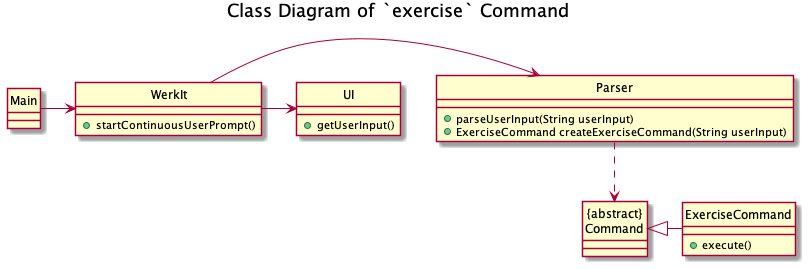
Before: docs/uml/classDiagrams/images/exercise.png, a diagram exported from PlantUML (nus-cs2113-AY2122S2/tp). Source of this version:
```plantuml
@startuml
hide circle
title Class Diagram of `exercise` Command
Main -> WerkIt
WerkIt -> Parser
WerkIt -> UI
"{abstract}\nCommand" <|- ExerciseCommand


Parser ..> "{abstract}\nCommand"
class WerkIt {
+ startContinuousUserPrompt()
}


class Main {

}

class ExerciseCommand {
+ execute()
}

class UI {
+ getUserInput()
}

class Parser {
+ parseUserInput(String userInput)
+ ExerciseCommand createExerciseCommand(String userInput)
}


@enduml
```
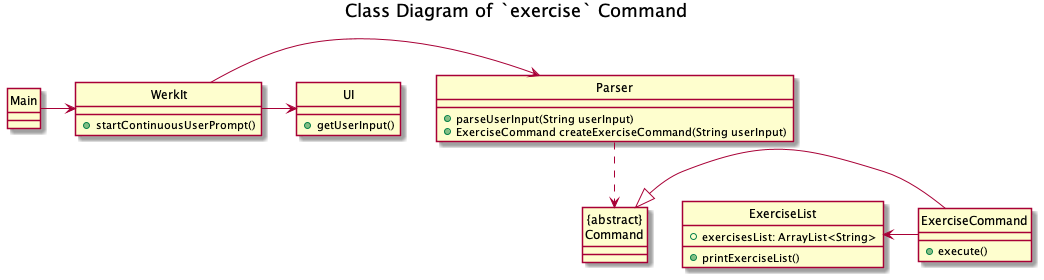
After the commit.

What changed in the source:
```diff
@@ -4,6 +4,7 @@
 Main -> WerkIt
 WerkIt -> Parser
 WerkIt -> UI
+ExerciseList <- ExerciseCommand
 "{abstract}\nCommand" <|- ExerciseCommand
 
 
@@ -30,5 +31,9 @@
 + ExerciseCommand createExerciseCommand(String userInput)
 }
 
+class ExerciseList {
++ exercisesList: ArrayList<String>
++ printExerciseList()
+}
 
 @enduml
```
